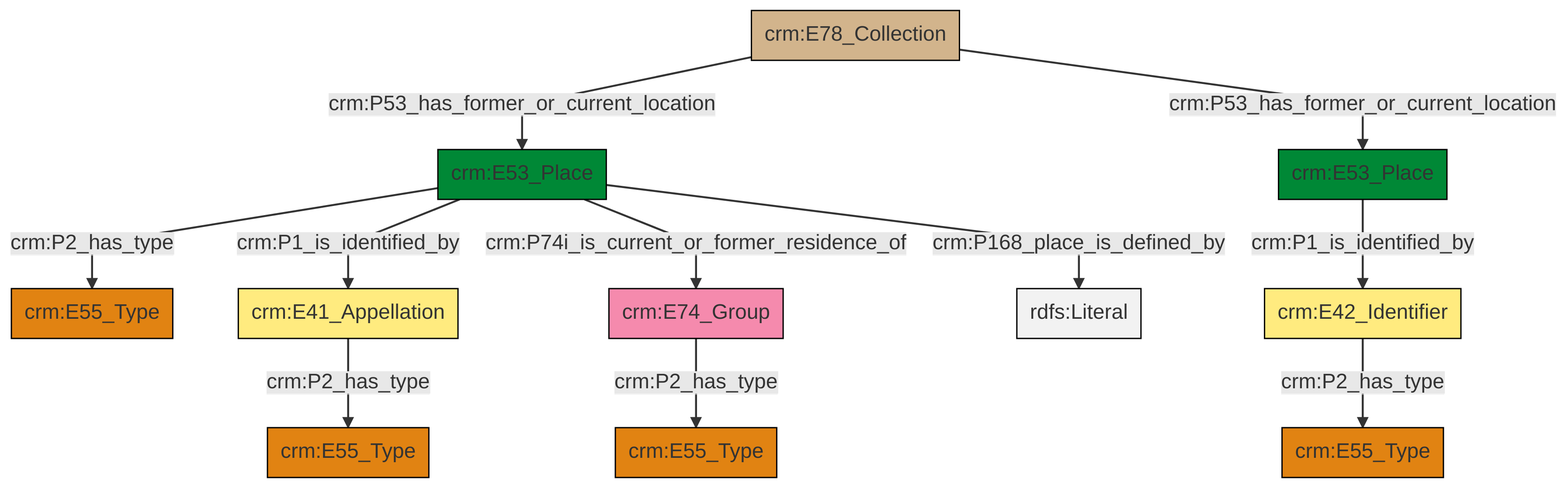
Earlier version of the Mermaid export et/archivalCSV/ttl/mmd/png/archival_location.png (swiss-art-research-net/docs.swissartresearch). Its source is kept beside it as et/archivalCSV/ttl/mmd/archival_location.ttl.mmd.
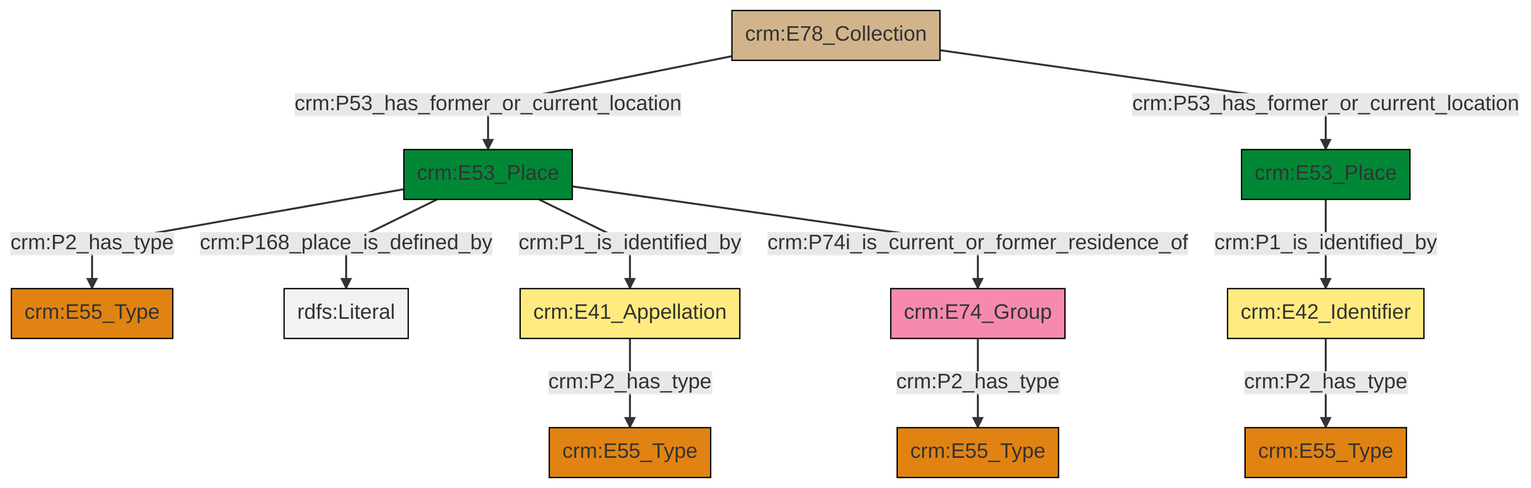
After the commit.

Diff of the diagram source:
```diff
@@ -13,13 +13,13 @@
 classDef PC_Classes fill:#4ce600, stroke:#000000;
 classDef Multi fill:#cccccc,stroke:#000000;
 
-8["crm:E53_Place"]:::Place -->|crm:P2_has_type| 6["crm:E55_Type"]:::Type
-9["crm:E78_Collection"]:::Physical_Thing -->|crm:P53_has_former_or_current_location| 8["crm:E53_Place"]:::Place
-8["crm:E53_Place"]:::Place -->|crm:P1_is_identified_by| 13["crm:E41_Appellation"]:::Appellation
-13["crm:E41_Appellation"]:::Appellation -->|crm:P2_has_type| 0["crm:E55_Type"]:::Type
-8["crm:E53_Place"]:::Place -->|crm:P74i_is_current_or_former_residence_of| 2["crm:E74_Group"]:::Actor
-18["crm:E42_Identifier"]:::Appellation -->|crm:P2_has_type| 16["crm:E55_Type"]:::Type
-9["crm:E78_Collection"]:::Physical_Thing -->|crm:P53_has_former_or_current_location| 4["crm:E53_Place"]:::Place
-2["crm:E74_Group"]:::Actor -->|crm:P2_has_type| 10["crm:E55_Type"]:::Type
-8["crm:E53_Place"]:::Place -->|crm:P168_place_is_defined_by| 20[rdfs:Literal]:::Literal
-4["crm:E53_Place"]:::Place -->|crm:P1_is_identified_by| 18["crm:E42_Identifier"]:::Appellation
+2["crm:E78_Collection"]:::Physical_Thing -->|crm:P53_has_former_or_current_location| 6["crm:E53_Place"]:::Place
+6["crm:E53_Place"]:::Place -->|crm:P2_has_type| 4["crm:E55_Type"]:::Type
+14["crm:E41_Appellation"]:::Appellation -->|crm:P2_has_type| 8["crm:E55_Type"]:::Type
+10["crm:E53_Place"]:::Place -->|crm:P1_is_identified_by| 17["crm:E42_Identifier"]:::Appellation
+18["crm:E74_Group"]:::Actor -->|crm:P2_has_type| 0["crm:E55_Type"]:::Type
+6["crm:E53_Place"]:::Place -->|crm:P168_place_is_defined_by| 19[rdfs:Literal]:::Literal
+6["crm:E53_Place"]:::Place -->|crm:P1_is_identified_by| 14["crm:E41_Appellation"]:::Appellation
+2["crm:E78_Collection"]:::Physical_Thing -->|crm:P53_has_former_or_current_location| 10["crm:E53_Place"]:::Place
+17["crm:E42_Identifier"]:::Appellation -->|crm:P2_has_type| 12["crm:E55_Type"]:::Type
+6["crm:E53_Place"]:::Place -->|crm:P74i_is_current_or_former_residence_of| 18["crm:E74_Group"]:::Actor
```
